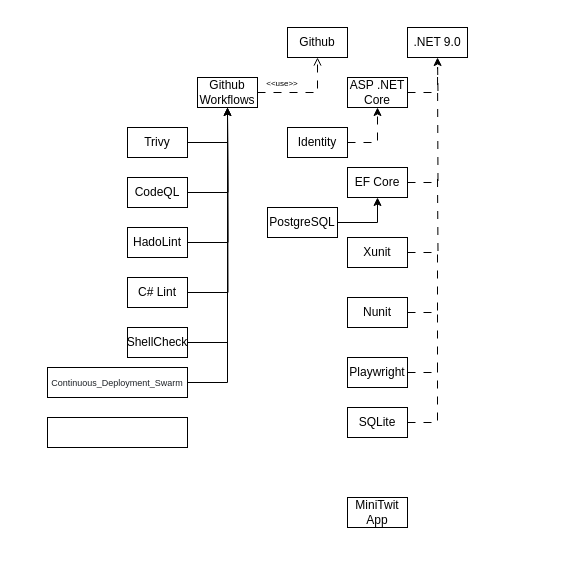
Earlier version of the draw.io diagram diagrams/dependency_diagram/MiniTwit_dependency_diagram.drawio (Joakim-David/GruppeOG). Source tidied: cells renumbered, new cells numbered last; positions are measured from the earlier drawing's top-left corner, leaving out a move shared by most shapes. Both pictures are drawn from the tidied source at 100%, with x=0, y=0 at pixel (47, 27).
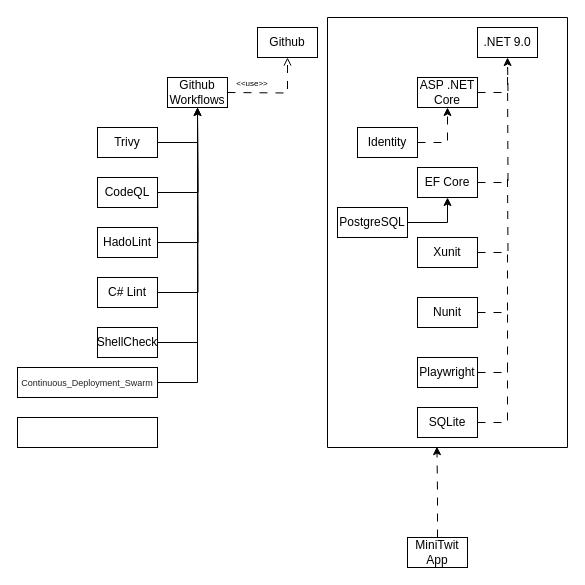
The same page after the edit.

Diff of the diagram source:
```diff
@@
     <mxCell id="2" value="Github" style="rounded=0;whiteSpace=wrap;html=1;" parent="1" vertex="1">
-      <mxGeometry x="240" width="60" height="30" as="geometry" />
+      <mxGeometry x="210" width="60" height="30" as="geometry" />
     </mxCell>
-    <mxCell id="3" style="edgeStyle=orthogonalEdgeStyle;rounded=0;jettySize=auto;html=1;entryX=0.5;entryY=1;entryDx=0;entryDy=0;endArrow=open;endFill=0;dashed=1;dashPattern=8 8;" parent="1" edge="1" source="4" target="2">
-      <mxGeometry relative="1" as="geometry" />
+    <mxCell id="3" style="edgeStyle=orthogonalEdgeStyle;rounded=0;jettySize=auto;html=1;entryX=0.5;entryY=1;entryDx=0;entryDy=0;endArrow=open;endFill=0;dashed=1;dashPattern=8 8;" parent="1" edge="1" target="2">
+      <mxGeometry relative="1" as="geometry">
+        <mxPoint x="180" y="65" as="sourcePoint" />
+      </mxGeometry>
     </mxCell>
     <mxCell id="4" value="Github Workflows" style="rounded=0;whiteSpace=wrap;html=1;" parent="1" vertex="1">
-      <mxGeometry x="150" y="50" width="60" height="30" as="geometry" />
+      <mxGeometry x="120" y="50" width="60" height="30" as="geometry" />
     </mxCell>
@@
     <mxCell id="6" value="Trivy" style="rounded=0;whiteSpace=wrap;html=1;" parent="1" vertex="1">
-      <mxGeometry x="80" y="100" width="60" height="30" as="geometry" />
+      <mxGeometry x="50" y="100" width="60" height="30" as="geometry" />
     </mxCell>
     <mxCell id="7" style="edgeStyle=orthogonalEdgeStyle;rounded=0;jettySize=auto;html=1;endArrow=none;endFill=0;" parent="1" edge="1" source="8">
       <mxGeometry relative="1" as="geometry">
-        <mxPoint x="180" y="80" as="targetPoint" />
+        <mxPoint x="150" y="80" as="targetPoint" />
       </mxGeometry>
     </mxCell>
     <mxCell id="8" value="CodeQL" style="rounded=0;whiteSpace=wrap;html=1;" parent="1" vertex="1">
-      <mxGeometry x="80" y="150" width="60" height="30" as="geometry" />
+      <mxGeometry x="50" y="150" width="60" height="30" as="geometry" />
     </mxCell>
     <mxCell id="9" style="edgeStyle=orthogonalEdgeStyle;rounded=0;jettySize=auto;html=1;endArrow=none;endFill=0;" parent="1" edge="1" source="10">
       <mxGeometry relative="1" as="geometry">
-        <mxPoint x="180" y="90" as="targetPoint" />
+        <mxPoint x="150" y="90" as="targetPoint" />
       </mxGeometry>
     </mxCell>
     <mxCell id="10" value="HadoLint" style="rounded=0;whiteSpace=wrap;html=1;" parent="1" vertex="1">
-      <mxGeometry x="80" y="200" width="60" height="30" as="geometry" />
+      <mxGeometry x="50" y="200" width="60" height="30" as="geometry" />
     </mxCell>
     <mxCell id="11" style="edgeStyle=orthogonalEdgeStyle;rounded=0;jettySize=auto;html=1;endArrow=none;endFill=0;" parent="1" edge="1" source="12">
       <mxGeometry relative="1" as="geometry">
-        <mxPoint x="180" y="90" as="targetPoint" />
+        <mxPoint x="150" y="90" as="targetPoint" />
       </mxGeometry>
     </mxCell>
     <mxCell id="12" value="C# Lint" style="rounded=0;whiteSpace=wrap;html=1;" parent="1" vertex="1">
-      <mxGeometry x="80" y="250" width="60" height="30" as="geometry" />
+      <mxGeometry x="50" y="250" width="60" height="30" as="geometry" />
     </mxCell>
@@
     <mxCell id="14" value="ShellCheck" style="rounded=0;whiteSpace=wrap;html=1;" parent="1" vertex="1">
-      <mxGeometry x="80" y="300" width="60" height="30" as="geometry" />
+      <mxGeometry x="50" y="300" width="60" height="30" as="geometry" />
     </mxCell>
     <mxCell id="15" value="&lt;font style=&quot;font-size: 8px;&quot;&gt;&amp;lt;&amp;lt;use&amp;gt;&amp;gt;&lt;/font&gt;" style="text;html=1;whiteSpace=wrap;strokeColor=none;fillColor=none;align=center;verticalAlign=middle;rounded=0;" parent="1" vertex="1">
-      <mxGeometry x="220" y="50" width="30" height="10" as="geometry" />
+      <mxGeometry x="190" y="50" width="30" height="10" as="geometry" />
     </mxCell>
@@
     <mxCell id="17" value="&lt;span style=&quot;color: rgb(31, 35, 40); text-align: start; background-color: rgb(255, 255, 255);&quot;&gt;&lt;font style=&quot;font-size: 9px;&quot; face=&quot;Helvetica&quot;&gt;Continuous_Deployment_Swarm&lt;/font&gt;&lt;/span&gt;" style="rounded=0;whiteSpace=wrap;html=1;" parent="1" vertex="1">
-      <mxGeometry y="340" width="140" height="30" as="geometry" />
+      <mxGeometry x="-30" y="340" width="140" height="30" as="geometry" />
     </mxCell>
     <mxCell id="18" style="rounded=0;whiteSpace=wrap;html=1;" parent="1" vertex="1">
-      <mxGeometry y="390" width="140" height="30" as="geometry" />
+      <mxGeometry x="-30" y="390" width="140" height="30" as="geometry" />
     </mxCell>
     <mxCell id="19" value="MiniTwit App" style="rounded=0;whiteSpace=wrap;html=1;" parent="1" vertex="1">
-      <mxGeometry x="300" y="470" width="60" height="30" as="geometry" />
+      <mxGeometry x="360" y="510" width="60" height="30" as="geometry" />
     </mxCell>
     <mxCell id="20" value=".NET 9.0" style="rounded=0;whiteSpace=wrap;html=1;" parent="1" vertex="1">
-      <mxGeometry x="360" width="60" height="30" as="geometry" />
+      <mxGeometry x="430" width="60" height="30" as="geometry" />
     </mxCell>
     <mxCell id="21" style="edgeStyle=orthogonalEdgeStyle;rounded=0;jettySize=auto;html=1;dashed=1;dashPattern=8 8;" parent="1" edge="1" source="22">
       <mxGeometry relative="1" as="geometry">
-        <mxPoint x="390" y="30" as="targetPoint" />
+        <mxPoint x="460" y="30" as="targetPoint" />
       </mxGeometry>
     </mxCell>
     <mxCell id="22" value="ASP .NET Core" style="rounded=0;whiteSpace=wrap;html=1;" parent="1" vertex="1">
-      <mxGeometry x="300" y="50" width="60" height="30" as="geometry" />
+      <mxGeometry x="370" y="50" width="60" height="30" as="geometry" />
     </mxCell>
@@
     <mxCell id="24" value="Identity" style="rounded=0;whiteSpace=wrap;html=1;" parent="1" vertex="1">
-      <mxGeometry x="240" y="100" width="60" height="30" as="geometry" />
+      <mxGeometry x="310" y="100" width="60" height="30" as="geometry" />
     </mxCell>
     <mxCell id="25" style="edgeStyle=orthogonalEdgeStyle;rounded=0;jettySize=auto;html=1;endArrow=none;endFill=0;dashed=1;dashPattern=8 8;" parent="1" edge="1" source="26">
       <mxGeometry relative="1" as="geometry">
-        <mxPoint x="390" y="40" as="targetPoint" />
+        <mxPoint x="460" y="40" as="targetPoint" />
       </mxGeometry>
     </mxCell>
     <mxCell id="26" value="EF Core" style="rounded=0;whiteSpace=wrap;html=1;" parent="1" vertex="1">
-      <mxGeometry x="300" y="140" width="60" height="30" as="geometry" />
+      <mxGeometry x="370" y="140" width="60" height="30" as="geometry" />
     </mxCell>
     <mxCell id="27" style="edgeStyle=orthogonalEdgeStyle;rounded=0;jettySize=auto;html=1;endArrow=none;endFill=0;dashed=1;dashPattern=8 8;" parent="1" edge="1" source="28">
       <mxGeometry relative="1" as="geometry">
-        <mxPoint x="390" y="150" as="targetPoint" />
+        <mxPoint x="460" y="150" as="targetPoint" />
       </mxGeometry>
     </mxCell>
     <mxCell id="28" value="Xunit" style="rounded=0;whiteSpace=wrap;html=1;" parent="1" vertex="1">
-      <mxGeometry x="300" y="210" width="60" height="30" as="geometry" />
+      <mxGeometry x="370" y="210" width="60" height="30" as="geometry" />
     </mxCell>
     <mxCell id="29" style="edgeStyle=orthogonalEdgeStyle;rounded=0;jettySize=auto;html=1;endArrow=none;endFill=0;dashed=1;dashPattern=8 8;" parent="1" edge="1" source="30">
       <mxGeometry relative="1" as="geometry">
-        <mxPoint x="390" y="220" as="targetPoint" />
+        <mxPoint x="460" y="220" as="targetPoint" />
         <Array as="points">
-          <mxPoint x="390" y="285" />
+          <mxPoint x="460" y="285" />
         </Array>
       </mxGeometry>
     </mxCell>
     <mxCell id="30" value="Nunit" style="rounded=0;whiteSpace=wrap;html=1;" parent="1" vertex="1">
-      <mxGeometry x="300" y="270" width="60" height="30" as="geometry" />
+      <mxGeometry x="370" y="270" width="60" height="30" as="geometry" />
     </mxCell>
     <mxCell id="31" style="edgeStyle=orthogonalEdgeStyle;rounded=0;jettySize=auto;html=1;endArrow=none;endFill=0;dashed=1;dashPattern=8 8;" parent="1" edge="1" source="32">
       <mxGeometry relative="1" as="geometry">
-        <mxPoint x="390" y="280" as="targetPoint" />
+        <mxPoint x="460" y="280" as="targetPoint" />
         <Array as="points">
-          <mxPoint x="390" y="345" />
+          <mxPoint x="460" y="345" />
         </Array>
       </mxGeometry>
     </mxCell>
     <mxCell id="32" value="Playwright" style="rounded=0;whiteSpace=wrap;html=1;" parent="1" vertex="1">
-      <mxGeometry x="300" y="330" width="60" height="30" as="geometry" />
+      <mxGeometry x="370" y="330" width="60" height="30" as="geometry" />
     </mxCell>
     <mxCell id="33" style="edgeStyle=orthogonalEdgeStyle;rounded=0;jettySize=auto;html=1;endArrow=none;endFill=0;dashed=1;dashPattern=8 8;" parent="1" edge="1" source="34">
       <mxGeometry relative="1" as="geometry">
-        <mxPoint x="390" y="340" as="targetPoint" />
+        <mxPoint x="460" y="340" as="targetPoint" />
         <Array as="points">
-          <mxPoint x="390" y="395" />
+          <mxPoint x="460" y="395" />
         </Array>
       </mxGeometry>
     </mxCell>
     <mxCell id="34" value="SQLite" style="rounded=0;whiteSpace=wrap;html=1;" parent="1" vertex="1">
-      <mxGeometry x="300" y="380" width="60" height="30" as="geometry" />
+      <mxGeometry x="370" y="380" width="60" height="30" as="geometry" />
     </mxCell>
@@
     <mxCell id="36" value="PostgreSQL" style="rounded=0;whiteSpace=wrap;html=1;" parent="1" vertex="1">
-      <mxGeometry x="220" y="180" width="70" height="30" as="geometry" />
+      <mxGeometry x="290" y="180" width="70" height="30" as="geometry" />
     </mxCell>
+    <mxCell id="37" style="swimlane;startSize=0;" parent="1" vertex="1">
+      <mxGeometry x="280" y="-10" width="240" height="430" as="geometry" />
+    </mxCell>
+    <mxCell id="38" style="edgeStyle=orthogonalEdgeStyle;rounded=0;jettySize=auto;html=1;entryX=0.456;entryY=0.998;entryDx=0;entryDy=0;entryPerimeter=0;dashed=1;dashPattern=8 8;" parent="1" edge="1" source="19" target="37">
+      <mxGeometry relative="1" as="geometry" />
+    </mxCell>
```
